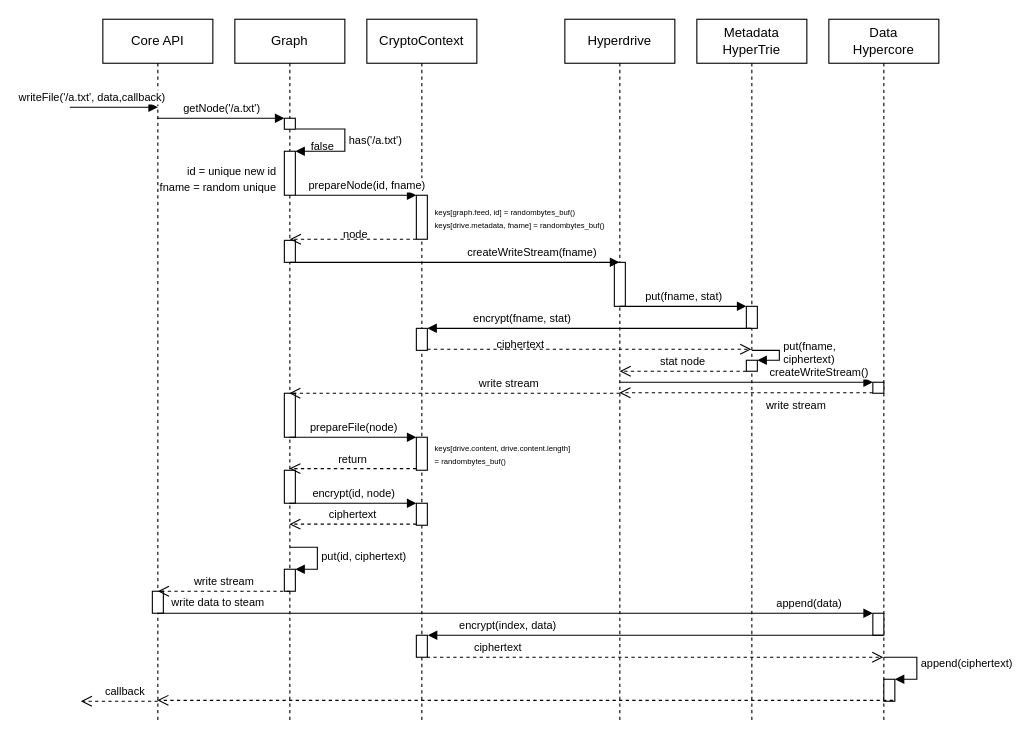
This is docs/architecture-write.drawio from fsteff/certacrypt, a draw.io file, before an edit. Source tidied: cells renumbered, new cells numbered last; positions are measured from the earlier drawing's top-left corner, leaving out a move shared by most shapes. Both pictures are drawn from the tidied source at 110%, with x=0, y=0 at pixel (69, 19).
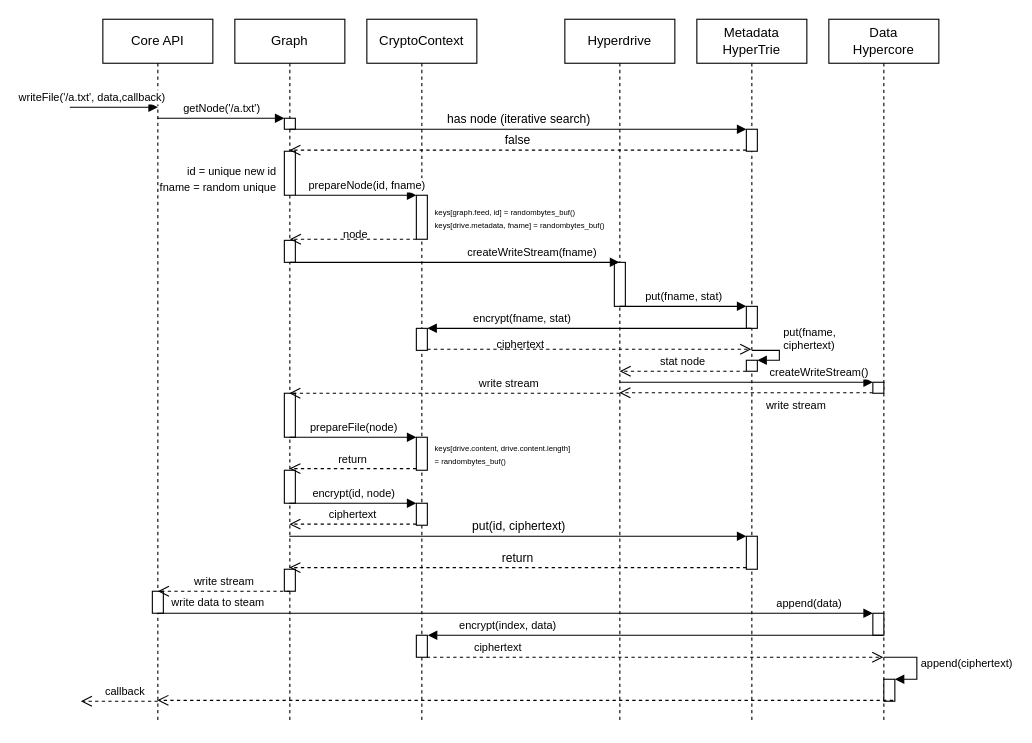
The same diagram, later.

Unchanged cells that the change refers to:
```xml
<mxCell id="6" value="Metadata&lt;br&gt;HyperTrie" style="shape=umlLifeline;perimeter=lifelinePerimeter;whiteSpace=wrap;html=1;" parent="1" vertex="1">
  <mxGeometry x="570" width="100" height="640" as="geometry" />
</mxCell>
<mxCell id="8" style="html=1;points=[];perimeter=orthogonalPerimeter;fontSize=10;align=left;" parent="6" vertex="1">
  <mxGeometry x="45" y="310" width="10" height="10" as="geometry" />
</mxCell>
<mxCell id="16" value="Graph" style="shape=umlLifeline;perimeter=lifelinePerimeter;whiteSpace=wrap;html=1;outlineConnect=0;" parent="1" vertex="1">
  <mxGeometry x="150" width="100" height="640" as="geometry" />
</mxCell>
<mxCell id="18" style="html=1;points=[];perimeter=orthogonalPerimeter;" parent="16" vertex="1">
  <mxGeometry x="45" y="90" width="10" height="10" as="geometry" />
</mxCell>
<mxCell id="19" style="html=1;points=[];perimeter=orthogonalPerimeter;fontSize=10;align=left;" parent="16" vertex="1">
  <mxGeometry x="45" y="120" width="10" height="40" as="geometry" />
</mxCell>
<mxCell id="23" style="html=1;points=[];perimeter=orthogonalPerimeter;fontSize=10;align=left;" parent="16" vertex="1">
  <mxGeometry x="45" y="500" width="10" height="20" as="geometry" />
</mxCell>
```

Diff of the diagram source:
```diff
@@
     <mxCell id="9" value="put(fname, &lt;br&gt;ciphertext)" style="edgeStyle=orthogonalEdgeStyle;html=1;align=left;spacingLeft=2;endArrow=block;rounded=0;entryX=1;entryY=0;fontSize=10;" parent="6" edge="1" target="8">
-      <mxGeometry relative="1" as="geometry">
+      <mxGeometry x="-0.07" y="11" relative="1" as="geometry">
         <mxPoint x="50" y="301" as="sourcePoint" />
         <Array as="points">
           <mxPoint x="75" y="301" />
           <mxPoint x="75" y="310" />
           <mxPoint x="55" y="310" />
         </Array>
+        <mxPoint x="-11" y="-11" as="offset" />
       </mxGeometry>
     </mxCell>
+    <mxCell id="59" style="html=1;points=[];perimeter=orthogonalPerimeter;fillColor=#ffffff;align=left;" parent="6" vertex="1">
+      <mxGeometry x="45" y="100" width="10" height="20" as="geometry" />
+    </mxCell>
+    <mxCell id="60" style="html=1;points=[];perimeter=orthogonalPerimeter;fillColor=#ffffff;align=left;" parent="6" vertex="1">
+      <mxGeometry x="45" y="470" width="10" height="30" as="geometry" />
+    </mxCell>
@@
-    <mxCell id="20" value="has('/a.txt')" style="edgeStyle=orthogonalEdgeStyle;html=1;align=left;spacingLeft=2;endArrow=block;rounded=0;entryX=1;entryY=0;fontSize=10;exitX=1.055;exitY=0.976;exitDx=0;exitDy=0;exitPerimeter=0;" parent="16" edge="1" source="18" target="19">
-      <mxGeometry relative="1" as="geometry">
-        <Array as="points">
-          <mxPoint x="100" y="100" />
-          <mxPoint x="100" y="120" />
-        </Array>
-      </mxGeometry>
-    </mxCell>
@@
-    <mxCell id="24" value="put(id, ciphertext)" style="edgeStyle=orthogonalEdgeStyle;html=1;align=left;spacingLeft=2;endArrow=block;rounded=0;entryX=1;entryY=0;fontSize=10;" parent="16" edge="1" target="23">
-      <mxGeometry relative="1" as="geometry">
-        <mxPoint x="50" y="480" as="sourcePoint" />
-        <Array as="points">
-          <mxPoint x="75" y="480" />
-        </Array>
-      </mxGeometry>
-    </mxCell>
@@
-    <mxCell id="36" value="false" style="text;html=1;strokeColor=none;fillColor=none;align=center;verticalAlign=middle;whiteSpace=wrap;rounded=0;fontSize=10;" parent="1" vertex="1">
-      <mxGeometry x="210" y="110" width="40" height="10" as="geometry" />
-    </mxCell>
@@
+    <mxCell id="61" value="has node (iterative search)" style="html=1;verticalAlign=bottom;endArrow=block;entryX=0;entryY=0;" parent="1" edge="1" source="16" target="59">
+      <mxGeometry relative="1" as="geometry" />
+    </mxCell>
+    <mxCell id="36" value="false" style="html=1;verticalAlign=bottom;endArrow=open;dashed=1;endSize=8;exitX=0;exitY=0.95;" parent="1" edge="1" source="59" target="16">
+      <mxGeometry relative="1" as="geometry" />
+    </mxCell>
+    <mxCell id="24" value="put(id, ciphertext)" style="html=1;verticalAlign=bottom;endArrow=block;entryX=0;entryY=0;" parent="1" edge="1" target="60">
+      <mxGeometry relative="1" as="geometry">
+        <mxPoint x="199.5" y="470" as="sourcePoint" />
+      </mxGeometry>
+    </mxCell>
+    <mxCell id="62" value="return" style="html=1;verticalAlign=bottom;endArrow=open;dashed=1;endSize=8;exitX=0;exitY=0.95;" parent="1" edge="1" source="60" target="16">
+      <mxGeometry relative="1" as="geometry" />
+    </mxCell>
```
